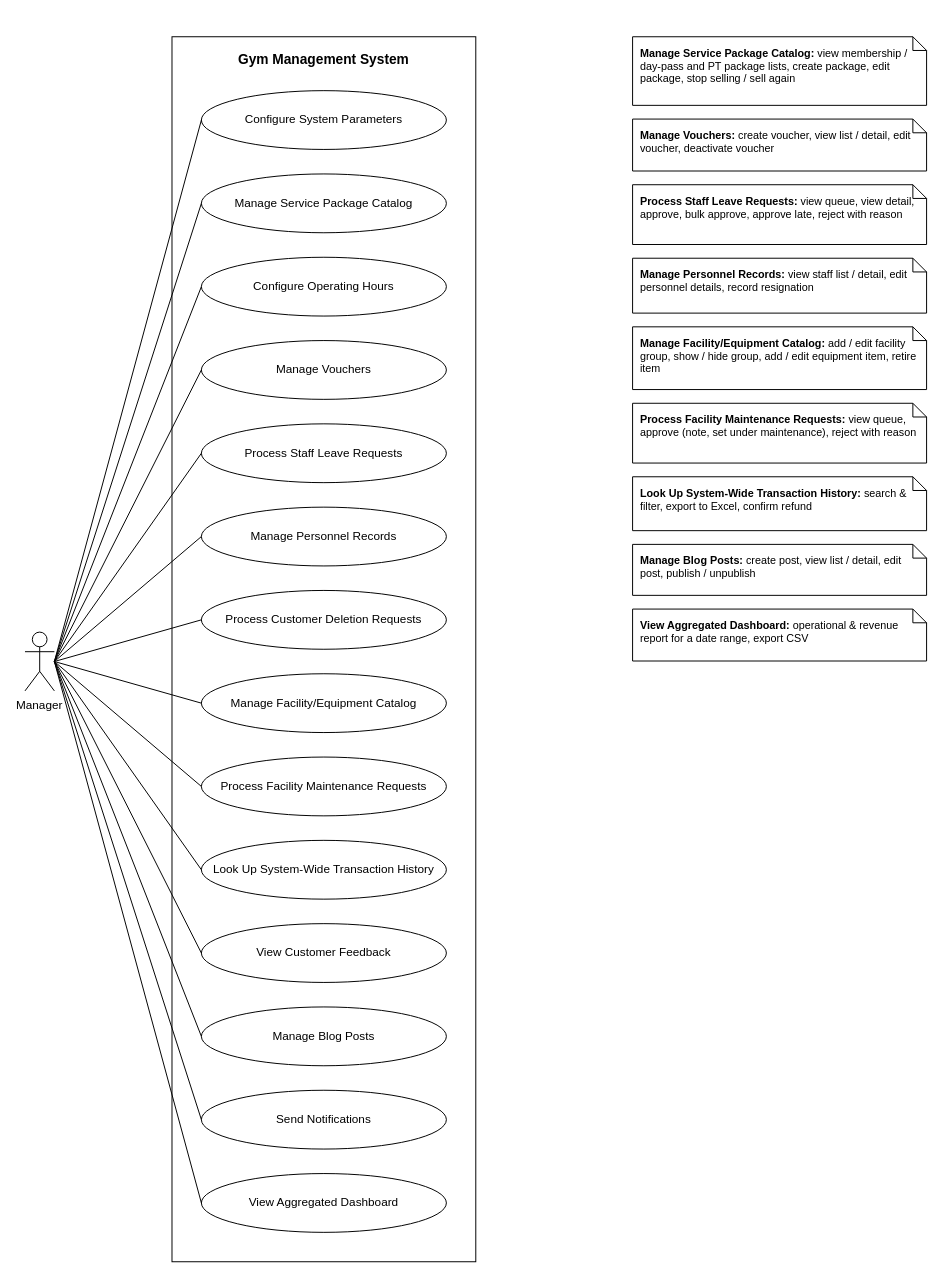
This is docs/srs-update/uc-diagrams/UC_Manager.drawio from Thomas-luckyclover/gym-management-system, a draw.io file, before an edit. Source tidied: cells renumbered, new cells numbered last; positions are measured from the earlier drawing's top-left corner, leaving out a move shared by most shapes. Both pictures are drawn from the tidied source at 98%, with x=0, y=0 at pixel (24, 36).
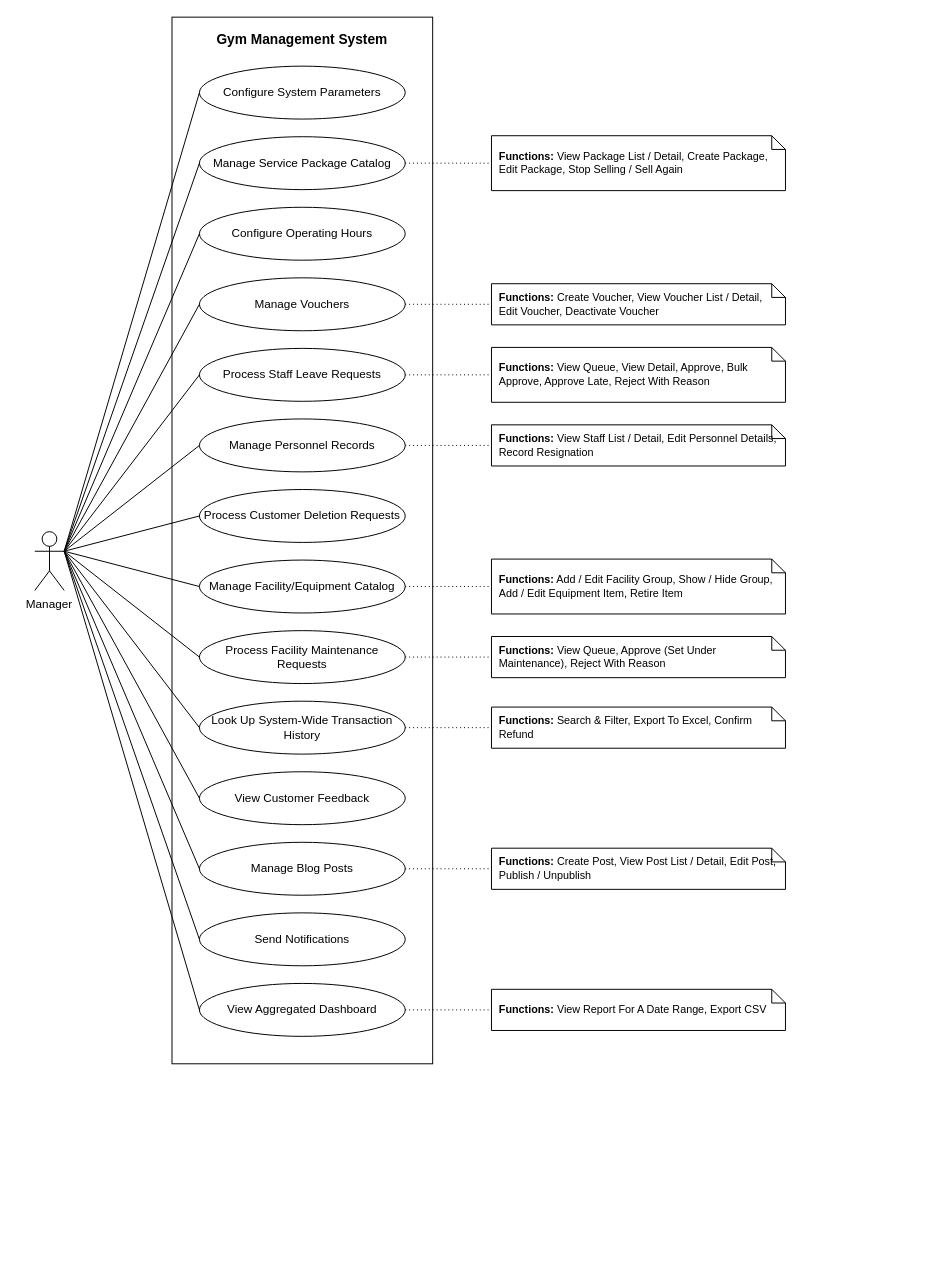
The same page after the edit.

Diff of the diagram source:
```diff
@@
     <mxCell id="2" value="Gym Management System" style="rounded=0;whiteSpace=wrap;html=1;fillColor=#FFFFFF;strokeColor=#000000;verticalAlign=top;align=center;fontStyle=1;spacingTop=8;fontFamily=Helvetica;fontSize=14;" parent="1" vertex="1">
-      <mxGeometry x="150" width="310" height="1250" as="geometry" />
+      <mxGeometry x="150" y="-20" width="266" height="1068" as="geometry" />
     </mxCell>
     <mxCell id="3" value="Configure System Parameters" style="ellipse;whiteSpace=wrap;html=1;fillColor=#FFFFFF;strokeColor=#000000;fontFamily=Helvetica;fontSize=12;" parent="1" vertex="1">
-      <mxGeometry x="180" y="55" width="250" height="60" as="geometry" />
+      <mxGeometry x="178" y="30" width="210" height="54" as="geometry" />
     </mxCell>
     <mxCell id="4" value="Manage Service Package Catalog" style="ellipse;whiteSpace=wrap;html=1;fillColor=#FFFFFF;strokeColor=#000000;fontFamily=Helvetica;fontSize=12;" parent="1" vertex="1">
-      <mxGeometry x="180" y="140" width="250" height="60" as="geometry" />
+      <mxGeometry x="178" y="102" width="210" height="54" as="geometry" />
     </mxCell>
     <mxCell id="5" value="Configure Operating Hours" style="ellipse;whiteSpace=wrap;html=1;fillColor=#FFFFFF;strokeColor=#000000;fontFamily=Helvetica;fontSize=12;" parent="1" vertex="1">
-      <mxGeometry x="180" y="225" width="250" height="60" as="geometry" />
+      <mxGeometry x="178" y="174" width="210" height="54" as="geometry" />
     </mxCell>
     <mxCell id="6" value="Manage Vouchers" style="ellipse;whiteSpace=wrap;html=1;fillColor=#FFFFFF;strokeColor=#000000;fontFamily=Helvetica;fontSize=12;" parent="1" vertex="1">
-      <mxGeometry x="180" y="310" width="250" height="60" as="geometry" />
+      <mxGeometry x="178" y="246" width="210" height="54" as="geometry" />
     </mxCell>
     <mxCell id="7" value="Process Staff Leave Requests" style="ellipse;whiteSpace=wrap;html=1;fillColor=#FFFFFF;strokeColor=#000000;fontFamily=Helvetica;fontSize=12;" parent="1" vertex="1">
-      <mxGeometry x="180" y="395" width="250" height="60" as="geometry" />
+      <mxGeometry x="178" y="318" width="210" height="54" as="geometry" />
     </mxCell>
     <mxCell id="8" value="Manage Personnel Records" style="ellipse;whiteSpace=wrap;html=1;fillColor=#FFFFFF;strokeColor=#000000;fontFamily=Helvetica;fontSize=12;" parent="1" vertex="1">
-      <mxGeometry x="180" y="480" width="250" height="60" as="geometry" />
+      <mxGeometry x="178" y="390" width="210" height="54" as="geometry" />
     </mxCell>
     <mxCell id="9" value="Process Customer Deletion Requests" style="ellipse;whiteSpace=wrap;html=1;fillColor=#FFFFFF;strokeColor=#000000;fontFamily=Helvetica;fontSize=12;" parent="1" vertex="1">
-      <mxGeometry x="180" y="565" width="250" height="60" as="geometry" />
+      <mxGeometry x="178" y="462" width="210" height="54" as="geometry" />
     </mxCell>
     <mxCell id="10" value="Manage Facility/Equipment Catalog" style="ellipse;whiteSpace=wrap;html=1;fillColor=#FFFFFF;strokeColor=#000000;fontFamily=Helvetica;fontSize=12;" parent="1" vertex="1">
-      <mxGeometry x="180" y="650" width="250" height="60" as="geometry" />
+      <mxGeometry x="178" y="534" width="210" height="54" as="geometry" />
     </mxCell>
     <mxCell id="11" value="Process Facility Maintenance Requests" style="ellipse;whiteSpace=wrap;html=1;fillColor=#FFFFFF;strokeColor=#000000;fontFamily=Helvetica;fontSize=12;" parent="1" vertex="1">
-      <mxGeometry x="180" y="735" width="250" height="60" as="geometry" />
+      <mxGeometry x="178" y="606" width="210" height="54" as="geometry" />
     </mxCell>
     <mxCell id="12" value="Look Up System-Wide Transaction History" style="ellipse;whiteSpace=wrap;html=1;fillColor=#FFFFFF;strokeColor=#000000;fontFamily=Helvetica;fontSize=12;" parent="1" vertex="1">
-      <mxGeometry x="180" y="820" width="250" height="60" as="geometry" />
+      <mxGeometry x="178" y="678" width="210" height="54" as="geometry" />
     </mxCell>
     <mxCell id="13" value="View Customer Feedback" style="ellipse;whiteSpace=wrap;html=1;fillColor=#FFFFFF;strokeColor=#000000;fontFamily=Helvetica;fontSize=12;" parent="1" vertex="1">
-      <mxGeometry x="180" y="905" width="250" height="60" as="geometry" />
+      <mxGeometry x="178" y="750" width="210" height="54" as="geometry" />
     </mxCell>
     <mxCell id="14" value="Manage Blog Posts" style="ellipse;whiteSpace=wrap;html=1;fillColor=#FFFFFF;strokeColor=#000000;fontFamily=Helvetica;fontSize=12;" parent="1" vertex="1">
-      <mxGeometry x="180" y="990" width="250" height="60" as="geometry" />
+      <mxGeometry x="178" y="822" width="210" height="54" as="geometry" />
     </mxCell>
     <mxCell id="15" value="Send Notifications" style="ellipse;whiteSpace=wrap;html=1;fillColor=#FFFFFF;strokeColor=#000000;fontFamily=Helvetica;fontSize=12;" parent="1" vertex="1">
-      <mxGeometry x="180" y="1075" width="250" height="60" as="geometry" />
+      <mxGeometry x="178" y="894" width="210" height="54" as="geometry" />
     </mxCell>
     <mxCell id="16" value="View Aggregated Dashboard" style="ellipse;whiteSpace=wrap;html=1;fillColor=#FFFFFF;strokeColor=#000000;fontFamily=Helvetica;fontSize=12;" parent="1" vertex="1">
-      <mxGeometry x="180" y="1160" width="250" height="60" as="geometry" />
+      <mxGeometry x="178" y="966" width="210" height="54" as="geometry" />
     </mxCell>
     <mxCell id="17" value="Manager" style="shape=umlActor;verticalLabelPosition=bottom;verticalAlign=top;html=1;outlineConnect=0;fillColor=#FFFFFF;strokeColor=#000000;whiteSpace=wrap;fontFamily=Helvetica;fontSize=12;" parent="1" vertex="1">
-      <mxGeometry y="607.5" width="30" height="60" as="geometry" />
+      <mxGeometry x="10" y="505" width="30" height="60" as="geometry" />
     </mxCell>
-    <mxCell id="18" style="html=1;rounded=0;strokeColor=#000000;endArrow=none;exitX=1;exitY=0.5;exitDx=0;exitDy=0;entryX=0;entryY=0.5;entryDx=0;entryDy=0;" parent="1" edge="1" source="17" target="3">
+    <mxCell id="18" style="html=1;rounded=0;strokeColor=#000000;endArrow=none;exitX=1;exitY=0.333;exitDx=0;exitDy=0;entryX=0;entryY=0.5;entryDx=0;entryDy=0;" parent="1" edge="1" source="17" target="3">
       <mxGeometry relative="1" as="geometry" />
     </mxCell>
-    <mxCell id="19" style="html=1;rounded=0;strokeColor=#000000;endArrow=none;exitX=1;exitY=0.5;exitDx=0;exitDy=0;entryX=0;entryY=0.5;entryDx=0;entryDy=0;" parent="1" edge="1" source="17" target="4">
+    <mxCell id="19" style="html=1;rounded=0;strokeColor=#000000;endArrow=none;exitX=1;exitY=0.333;exitDx=0;exitDy=0;entryX=0;entryY=0.5;entryDx=0;entryDy=0;" parent="1" edge="1" source="17" target="4">
       <mxGeometry relative="1" as="geometry" />
     </mxCell>
-    <mxCell id="20" style="html=1;rounded=0;strokeColor=#000000;endArrow=none;exitX=1;exitY=0.5;exitDx=0;exitDy=0;entryX=0;entryY=0.5;entryDx=0;entryDy=0;" parent="1" edge="1" source="17" target="5">
+    <mxCell id="20" style="html=1;rounded=0;strokeColor=#000000;endArrow=none;exitX=1;exitY=0.333;exitDx=0;exitDy=0;entryX=0;entryY=0.5;entryDx=0;entryDy=0;" parent="1" edge="1" source="17" target="5">
       <mxGeometry relative="1" as="geometry" />
     </mxCell>
-    <mxCell id="21" style="html=1;rounded=0;strokeColor=#000000;endArrow=none;exitX=1;exitY=0.5;exitDx=0;exitDy=0;entryX=0;entryY=0.5;entryDx=0;entryDy=0;" parent="1" edge="1" source="17" target="6">
+    <mxCell id="21" style="html=1;rounded=0;strokeColor=#000000;endArrow=none;exitX=1;exitY=0.333;exitDx=0;exitDy=0;entryX=0;entryY=0.5;entryDx=0;entryDy=0;" parent="1" edge="1" source="17" target="6">
       <mxGeometry relative="1" as="geometry" />
     </mxCell>
-    <mxCell id="22" style="html=1;rounded=0;strokeColor=#000000;endArrow=none;exitX=1;exitY=0.5;exitDx=0;exitDy=0;entryX=0;entryY=0.5;entryDx=0;entryDy=0;" parent="1" edge="1" source="17" target="7">
+    <mxCell id="22" style="html=1;rounded=0;strokeColor=#000000;endArrow=none;exitX=1;exitY=0.333;exitDx=0;exitDy=0;entryX=0;entryY=0.5;entryDx=0;entryDy=0;" parent="1" edge="1" source="17" target="7">
       <mxGeometry relative="1" as="geometry" />
     </mxCell>
-    <mxCell id="23" style="html=1;rounded=0;strokeColor=#000000;endArrow=none;exitX=1;exitY=0.5;exitDx=0;exitDy=0;entryX=0;entryY=0.5;entryDx=0;entryDy=0;" parent="1" edge="1" source="17" target="8">
+    <mxCell id="23" style="html=1;rounded=0;strokeColor=#000000;endArrow=none;exitX=1;exitY=0.333;exitDx=0;exitDy=0;entryX=0;entryY=0.5;entryDx=0;entryDy=0;" parent="1" edge="1" source="17" target="8">
       <mxGeometry relative="1" as="geometry" />
     </mxCell>
-    <mxCell id="24" style="html=1;rounded=0;strokeColor=#000000;endArrow=none;exitX=1;exitY=0.5;exitDx=0;exitDy=0;entryX=0;entryY=0.5;entryDx=0;entryDy=0;" parent="1" edge="1" source="17" target="9">
+    <mxCell id="24" style="html=1;rounded=0;strokeColor=#000000;endArrow=none;exitX=1;exitY=0.333;exitDx=0;exitDy=0;entryX=0;entryY=0.5;entryDx=0;entryDy=0;" parent="1" edge="1" source="17" target="9">
       <mxGeometry relative="1" as="geometry" />
     </mxCell>
-    <mxCell id="25" style="html=1;rounded=0;strokeColor=#000000;endArrow=none;exitX=1;exitY=0.5;exitDx=0;exitDy=0;entryX=0;entryY=0.5;entryDx=0;entryDy=0;" parent="1" edge="1" source="17" target="10">
+    <mxCell id="25" style="html=1;rounded=0;strokeColor=#000000;endArrow=none;exitX=1;exitY=0.333;exitDx=0;exitDy=0;entryX=0;entryY=0.5;entryDx=0;entryDy=0;" parent="1" edge="1" source="17" target="10">
       <mxGeometry relative="1" as="geometry" />
     </mxCell>
-    <mxCell id="26" style="html=1;rounded=0;strokeColor=#000000;endArrow=none;exitX=1;exitY=0.5;exitDx=0;exitDy=0;entryX=0;entryY=0.5;entryDx=0;entryDy=0;" parent="1" edge="1" source="17" target="11">
+    <mxCell id="26" style="html=1;rounded=0;strokeColor=#000000;endArrow=none;exitX=1;exitY=0.333;exitDx=0;exitDy=0;entryX=0;entryY=0.5;entryDx=0;entryDy=0;" parent="1" edge="1" source="17" target="11">
       <mxGeometry relative="1" as="geometry" />
     </mxCell>
-    <mxCell id="27" style="html=1;rounded=0;strokeColor=#000000;endArrow=none;exitX=1;exitY=0.5;exitDx=0;exitDy=0;entryX=0;entryY=0.5;entryDx=0;entryDy=0;" parent="1" edge="1" source="17" target="12">
+    <mxCell id="27" style="html=1;rounded=0;strokeColor=#000000;endArrow=none;exitX=1;exitY=0.333;exitDx=0;exitDy=0;entryX=0;entryY=0.5;entryDx=0;entryDy=0;" parent="1" edge="1" source="17" target="12">
       <mxGeometry relative="1" as="geometry" />
     </mxCell>
-    <mxCell id="28" style="html=1;rounded=0;strokeColor=#000000;endArrow=none;exitX=1;exitY=0.5;exitDx=0;exitDy=0;entryX=0;entryY=0.5;entryDx=0;entryDy=0;" parent="1" edge="1" source="17" target="13">
+    <mxCell id="28" style="html=1;rounded=0;strokeColor=#000000;endArrow=none;exitX=1;exitY=0.333;exitDx=0;exitDy=0;entryX=0;entryY=0.5;entryDx=0;entryDy=0;" parent="1" edge="1" source="17" target="13">
       <mxGeometry relative="1" as="geometry" />
     </mxCell>
-    <mxCell id="29" style="html=1;rounded=0;strokeColor=#000000;endArrow=none;exitX=1;exitY=0.5;exitDx=0;exitDy=0;entryX=0;entryY=0.5;entryDx=0;entryDy=0;" parent="1" edge="1" source="17" target="14">
+    <mxCell id="29" style="html=1;rounded=0;strokeColor=#000000;endArrow=none;exitX=1;exitY=0.333;exitDx=0;exitDy=0;entryX=0;entryY=0.5;entryDx=0;entryDy=0;" parent="1" edge="1" source="17" target="14">
       <mxGeometry relative="1" as="geometry" />
     </mxCell>
-    <mxCell id="30" style="html=1;rounded=0;strokeColor=#000000;endArrow=none;exitX=1;exitY=0.5;exitDx=0;exitDy=0;entryX=0;entryY=0.5;entryDx=0;entryDy=0;" parent="1" edge="1" source="17" target="15">
+    <mxCell id="30" style="html=1;rounded=0;strokeColor=#000000;endArrow=none;exitX=1;exitY=0.333;exitDx=0;exitDy=0;entryX=0;entryY=0.5;entryDx=0;entryDy=0;" parent="1" edge="1" source="17" target="15">
       <mxGeometry relative="1" as="geometry" />
     </mxCell>
-    <mxCell id="31" style="html=1;rounded=0;strokeColor=#000000;endArrow=none;exitX=1;exitY=0.5;exitDx=0;exitDy=0;entryX=0;entryY=0.5;entryDx=0;entryDy=0;" parent="1" edge="1" source="17" target="16">
+    <mxCell id="31" style="html=1;rounded=0;strokeColor=#000000;endArrow=none;exitX=1;exitY=0.333;exitDx=0;exitDy=0;entryX=0;entryY=0.5;entryDx=0;entryDy=0;" parent="1" edge="1" source="17" target="16">
       <mxGeometry relative="1" as="geometry" />
     </mxCell>
-    <mxCell id="32" value="&lt;b&gt;Manage Service Package Catalog:&lt;/b&gt; view membership / day-pass and PT package lists, create package, edit package, stop selling / sell again" style="shape=note;size=14;whiteSpace=wrap;html=1;fillColor=#FFFFFF;strokeColor=#000000;align=left;verticalAlign=top;spacingLeft=6;spacingRight=6;spacingTop=4;fontFamily=Helvetica;fontSize=11;" parent="1" vertex="1">
-      <mxGeometry x="620" width="300" height="70" as="geometry" />
+    <mxCell id="32" value="&lt;b&gt;Functions:&lt;/b&gt; View Package List / Detail, Create Package, Edit Package, Stop Selling / Sell Again" style="shape=note;size=14;whiteSpace=wrap;html=1;fillColor=#FFFFFF;strokeColor=#000000;align=left;verticalAlign=middle;spacingLeft=6;spacingRight=6;fontFamily=Helvetica;fontSize=11;" parent="1" vertex="1">
+      <mxGeometry x="476" y="101" width="300" height="56" as="geometry" />
     </mxCell>
+    <mxCell id="41" style="html=1;rounded=0;strokeColor=#000000;endArrow=none;dashed=1;dashPattern=1 3;exitX=1;exitY=0.5;exitDx=0;exitDy=0;entryX=0;entryY=0.5;entryDx=0;entryDy=0;" parent="1" edge="1" source="4" target="32">
+      <mxGeometry relative="1" as="geometry" />
+    </mxCell>
-    <mxCell id="33" value="&lt;b&gt;Manage Vouchers:&lt;/b&gt; create voucher, view list / detail, edit voucher, deactivate voucher" style="shape=note;size=14;whiteSpace=wrap;html=1;fillColor=#FFFFFF;strokeColor=#000000;align=left;verticalAlign=top;spacingLeft=6;spacingRight=6;spacingTop=4;fontFamily=Helvetica;fontSize=11;" parent="1" vertex="1">
-      <mxGeometry x="620" y="84" width="300" height="53" as="geometry" />
+    <mxCell id="33" value="&lt;b&gt;Functions:&lt;/b&gt; Create Voucher, View Voucher List / Detail, Edit Voucher, Deactivate Voucher" style="shape=note;size=14;whiteSpace=wrap;html=1;fillColor=#FFFFFF;strokeColor=#000000;align=left;verticalAlign=middle;spacingLeft=6;spacingRight=6;fontFamily=Helvetica;fontSize=11;" parent="1" vertex="1">
+      <mxGeometry x="476" y="252" width="300" height="42" as="geometry" />
     </mxCell>
+    <mxCell id="42" style="html=1;rounded=0;strokeColor=#000000;endArrow=none;dashed=1;dashPattern=1 3;exitX=1;exitY=0.5;exitDx=0;exitDy=0;entryX=0;entryY=0.5;entryDx=0;entryDy=0;" parent="1" edge="1" source="6" target="33">
+      <mxGeometry relative="1" as="geometry" />
+    </mxCell>
-    <mxCell id="34" value="&lt;b&gt;Process Staff Leave Requests:&lt;/b&gt; view queue, view detail, approve, bulk approve, approve late, reject with reason" style="shape=note;size=14;whiteSpace=wrap;html=1;fillColor=#FFFFFF;strokeColor=#000000;align=left;verticalAlign=top;spacingLeft=6;spacingRight=6;spacingTop=4;fontFamily=Helvetica;fontSize=11;" parent="1" vertex="1">
-      <mxGeometry x="620" y="151" width="300" height="61" as="geometry" />
+    <mxCell id="34" value="&lt;b&gt;Functions:&lt;/b&gt; View Queue, View Detail, Approve, Bulk Approve, Approve Late, Reject With Reason" style="shape=note;size=14;whiteSpace=wrap;html=1;fillColor=#FFFFFF;strokeColor=#000000;align=left;verticalAlign=middle;spacingLeft=6;spacingRight=6;fontFamily=Helvetica;fontSize=11;" parent="1" vertex="1">
+      <mxGeometry x="476" y="317" width="300" height="56" as="geometry" />
     </mxCell>
+    <mxCell id="43" style="html=1;rounded=0;strokeColor=#000000;endArrow=none;dashed=1;dashPattern=1 3;exitX=1;exitY=0.5;exitDx=0;exitDy=0;entryX=0;entryY=0.5;entryDx=0;entryDy=0;" parent="1" edge="1" source="7" target="34">
+      <mxGeometry relative="1" as="geometry" />
+    </mxCell>
-    <mxCell id="35" value="&lt;b&gt;Manage Personnel Records:&lt;/b&gt; view staff list / detail, edit personnel details, record resignation" style="shape=note;size=14;whiteSpace=wrap;html=1;fillColor=#FFFFFF;strokeColor=#000000;align=left;verticalAlign=top;spacingLeft=6;spacingRight=6;spacingTop=4;fontFamily=Helvetica;fontSize=11;" parent="1" vertex="1">
-      <mxGeometry x="620" y="226" width="300" height="56" as="geometry" />
+    <mxCell id="35" value="&lt;b&gt;Functions:&lt;/b&gt; View Staff List / Detail, Edit Personnel Details, Record Resignation" style="shape=note;size=14;whiteSpace=wrap;html=1;fillColor=#FFFFFF;strokeColor=#000000;align=left;verticalAlign=middle;spacingLeft=6;spacingRight=6;fontFamily=Helvetica;fontSize=11;" parent="1" vertex="1">
+      <mxGeometry x="476" y="396" width="300" height="42" as="geometry" />
     </mxCell>
+    <mxCell id="44" style="html=1;rounded=0;strokeColor=#000000;endArrow=none;dashed=1;dashPattern=1 3;exitX=1;exitY=0.5;exitDx=0;exitDy=0;entryX=0;entryY=0.5;entryDx=0;entryDy=0;" parent="1" edge="1" source="8" target="35">
+      <mxGeometry relative="1" as="geometry" />
+    </mxCell>
-    <mxCell id="36" value="&lt;b&gt;Manage Facility/Equipment Catalog:&lt;/b&gt; add / edit facility group, show / hide group, add / edit equipment item, retire item" style="shape=note;size=14;whiteSpace=wrap;html=1;fillColor=#FFFFFF;strokeColor=#000000;align=left;verticalAlign=top;spacingLeft=6;spacingRight=6;spacingTop=4;fontFamily=Helvetica;fontSize=11;" parent="1" vertex="1">
-      <mxGeometry x="620" y="296" width="300" height="64" as="geometry" />
+    <mxCell id="36" value="&lt;b&gt;Functions:&lt;/b&gt; Add / Edit Facility Group, Show / Hide Group, Add / Edit Equipment Item, Retire Item" style="shape=note;size=14;whiteSpace=wrap;html=1;fillColor=#FFFFFF;strokeColor=#000000;align=left;verticalAlign=middle;spacingLeft=6;spacingRight=6;fontFamily=Helvetica;fontSize=11;" parent="1" vertex="1">
+      <mxGeometry x="476" y="533" width="300" height="56" as="geometry" />
     </mxCell>
+    <mxCell id="45" style="html=1;rounded=0;strokeColor=#000000;endArrow=none;dashed=1;dashPattern=1 3;exitX=1;exitY=0.5;exitDx=0;exitDy=0;entryX=0;entryY=0.5;entryDx=0;entryDy=0;" parent="1" edge="1" source="10" target="36">
+      <mxGeometry relative="1" as="geometry" />
+    </mxCell>
-    <mxCell id="37" value="&lt;b&gt;Process Facility Maintenance Requests:&lt;/b&gt; view queue, approve (note, set under maintenance), reject with reason" style="shape=note;size=14;whiteSpace=wrap;html=1;fillColor=#FFFFFF;strokeColor=#000000;align=left;verticalAlign=top;spacingLeft=6;spacingRight=6;spacingTop=4;fontFamily=Helvetica;fontSize=11;" parent="1" vertex="1">
-      <mxGeometry x="620" y="374" width="300" height="61" as="geometry" />
+    <mxCell id="37" value="&lt;b&gt;Functions:&lt;/b&gt; View Queue, Approve (Set Under Maintenance), Reject With Reason" style="shape=note;size=14;whiteSpace=wrap;html=1;fillColor=#FFFFFF;strokeColor=#000000;align=left;verticalAlign=middle;spacingLeft=6;spacingRight=6;fontFamily=Helvetica;fontSize=11;" parent="1" vertex="1">
+      <mxGeometry x="476" y="612" width="300" height="42" as="geometry" />
     </mxCell>
+    <mxCell id="46" style="html=1;rounded=0;strokeColor=#000000;endArrow=none;dashed=1;dashPattern=1 3;exitX=1;exitY=0.5;exitDx=0;exitDy=0;entryX=0;entryY=0.5;entryDx=0;entryDy=0;" parent="1" edge="1" source="11" target="37">
+      <mxGeometry relative="1" as="geometry" />
+    </mxCell>
-    <mxCell id="38" value="&lt;b&gt;Look Up System-Wide Transaction History:&lt;/b&gt; search &amp; filter, export to Excel, confirm refund" style="shape=note;size=14;whiteSpace=wrap;html=1;fillColor=#FFFFFF;strokeColor=#000000;align=left;verticalAlign=top;spacingLeft=6;spacingRight=6;spacingTop=4;fontFamily=Helvetica;fontSize=11;" parent="1" vertex="1">
-      <mxGeometry x="620" y="449" width="300" height="55" as="geometry" />
+    <mxCell id="38" value="&lt;b&gt;Functions:&lt;/b&gt; Search &amp; Filter, Export To Excel, Confirm Refund" style="shape=note;size=14;whiteSpace=wrap;html=1;fillColor=#FFFFFF;strokeColor=#000000;align=left;verticalAlign=middle;spacingLeft=6;spacingRight=6;fontFamily=Helvetica;fontSize=11;" parent="1" vertex="1">
+      <mxGeometry x="476" y="684" width="300" height="42" as="geometry" />
     </mxCell>
+    <mxCell id="47" style="html=1;rounded=0;strokeColor=#000000;endArrow=none;dashed=1;dashPattern=1 3;exitX=1;exitY=0.5;exitDx=0;exitDy=0;entryX=0;entryY=0.5;entryDx=0;entryDy=0;" parent="1" edge="1" source="12" target="38">
+      <mxGeometry relative="1" as="geometry" />
+    </mxCell>
-    <mxCell id="39" value="&lt;b&gt;Manage Blog Posts:&lt;/b&gt; create post, view list / detail, edit post, publish / unpublish" style="shape=note;size=14;whiteSpace=wrap;html=1;fillColor=#FFFFFF;strokeColor=#000000;align=left;verticalAlign=top;spacingLeft=6;spacingRight=6;spacingTop=4;fontFamily=Helvetica;fontSize=11;" parent="1" vertex="1">
-      <mxGeometry x="620" y="518" width="300" height="52" as="geometry" />
+    <mxCell id="39" value="&lt;b&gt;Functions:&lt;/b&gt; Create Post, View Post List / Detail, Edit Post, Publish / Unpublish" style="shape=note;size=14;whiteSpace=wrap;html=1;fillColor=#FFFFFF;strokeColor=#000000;align=left;verticalAlign=middle;spacingLeft=6;spacingRight=6;fontFamily=Helvetica;fontSize=11;" parent="1" vertex="1">
+      <mxGeometry x="476" y="828" width="300" height="42" as="geometry" />
     </mxCell>
+    <mxCell id="48" style="html=1;rounded=0;strokeColor=#000000;endArrow=none;dashed=1;dashPattern=1 3;exitX=1;exitY=0.5;exitDx=0;exitDy=0;entryX=0;entryY=0.5;entryDx=0;entryDy=0;" parent="1" edge="1" source="14" target="39">
+      <mxGeometry relative="1" as="geometry" />
+    </mxCell>
-    <mxCell id="40" value="&lt;b&gt;View Aggregated Dashboard:&lt;/b&gt; operational &amp; revenue report for a date range, export CSV" style="shape=note;size=14;whiteSpace=wrap;html=1;fillColor=#FFFFFF;strokeColor=#000000;align=left;verticalAlign=top;spacingLeft=6;spacingRight=6;spacingTop=4;fontFamily=Helvetica;fontSize=11;" parent="1" vertex="1">
-      <mxGeometry x="620" y="584" width="300" height="53" as="geometry" />
+    <mxCell id="40" value="&lt;b&gt;Functions:&lt;/b&gt; View Report For A Date Range, Export CSV" style="shape=note;size=14;whiteSpace=wrap;html=1;fillColor=#FFFFFF;strokeColor=#000000;align=left;verticalAlign=middle;spacingLeft=6;spacingRight=6;fontFamily=Helvetica;fontSize=11;" parent="1" vertex="1">
+      <mxGeometry x="476" y="972" width="300" height="42" as="geometry" />
     </mxCell>
+    <mxCell id="49" style="html=1;rounded=0;strokeColor=#000000;endArrow=none;dashed=1;dashPattern=1 3;exitX=1;exitY=0.5;exitDx=0;exitDy=0;entryX=0;entryY=0.5;entryDx=0;entryDy=0;" parent="1" edge="1" source="16" target="40">
+      <mxGeometry relative="1" as="geometry" />
+    </mxCell>
```
